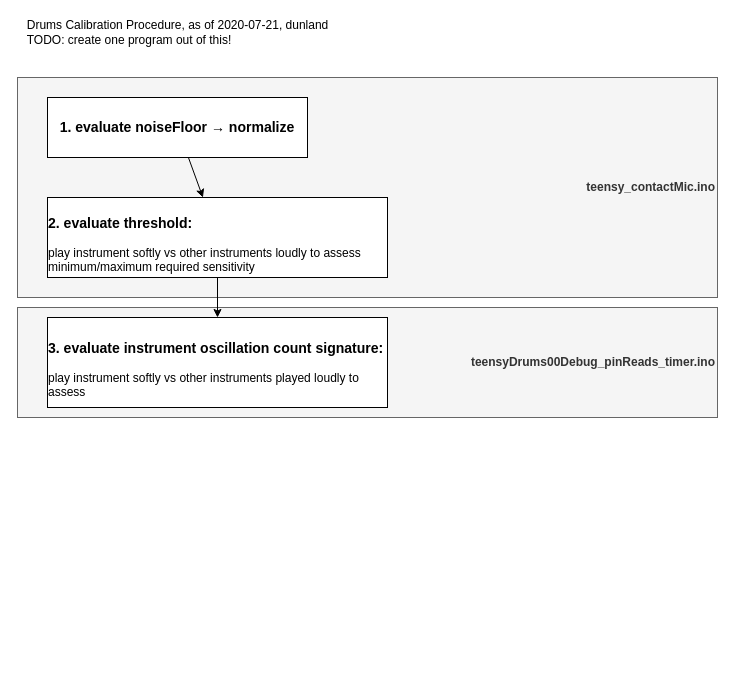
Above: page "Calibration Procedure" (4 of 4) of muscle/Doc/MA_progress.drawio in dunland/muscle (draw.io), before the change. Source tidied: cells renumbered, new cells numbered last; positions are measured from the earlier drawing's top-left corner, leaving out a move shared by most shapes. Both pictures are drawn from the tidied source at 100%, with x=0, y=0 at pixel (17, 17).
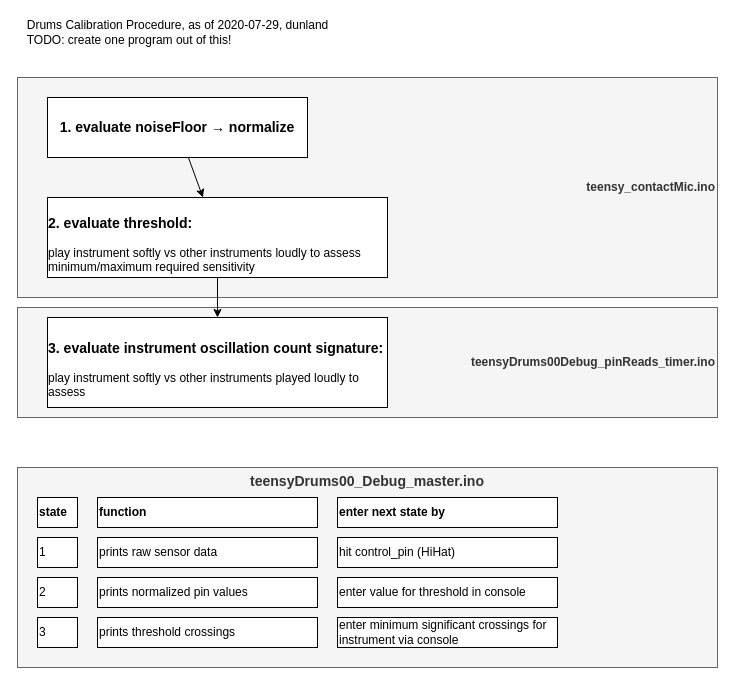
Above is the later version.

What changed in the source:
```diff
@@
-    <mxCell id="9" value="&lt;div style=&quot;text-align: left&quot;&gt;&lt;span&gt;Drums Calibration Procedure, as of 2020-07-21, dunland&lt;/span&gt;&lt;/div&gt;&lt;div style=&quot;text-align: left&quot;&gt;&lt;span&gt;TODO: create one program out of this!&lt;/span&gt;&lt;/div&gt;" style="text;html=1;align=center;verticalAlign=middle;" parent="1" vertex="1">
+    <mxCell id="9" value="&lt;div style=&quot;text-align: left&quot;&gt;&lt;span&gt;Drums Calibration Procedure, as of 2020-07-29, dunland&lt;/span&gt;&lt;/div&gt;&lt;div style=&quot;text-align: left&quot;&gt;&lt;span&gt;TODO: create one program out of this!&lt;/span&gt;&lt;/div&gt;" style="text;html=1;align=center;verticalAlign=middle;" parent="1" vertex="1">
       <mxGeometry width="320" height="30" as="geometry" />
     </mxCell>
+    <mxCell id="10" value="&lt;h3&gt;teensyDrums00_Debug_master.ino&lt;/h3&gt;&lt;div&gt;&lt;br&gt;&lt;/div&gt;&lt;div&gt;&lt;br&gt;&lt;/div&gt;&lt;div&gt;&lt;br&gt;&lt;/div&gt;&lt;div&gt;&lt;br&gt;&lt;/div&gt;&lt;div&gt;&lt;br&gt;&lt;/div&gt;&lt;div&gt;&lt;br&gt;&lt;/div&gt;&lt;div&gt;&lt;br&gt;&lt;/div&gt;&lt;div&gt;&lt;br&gt;&lt;/div&gt;&lt;div&gt;&lt;br&gt;&lt;/div&gt;&lt;div&gt;&lt;br&gt;&lt;/div&gt;&lt;div&gt;&lt;br&gt;&lt;/div&gt;&lt;div&gt;&lt;br&gt;&lt;/div&gt;" style="rounded=0;whiteSpace=wrap;html=1;strokeWidth=1;fillColor=#f5f5f5;strokeColor=#666666;fontColor=#333333;" parent="1" vertex="1">
+      <mxGeometry y="450" width="700" height="200" as="geometry" />
+    </mxCell>
+    <mxCell id="11" value="1" style="rounded=0;whiteSpace=wrap;html=1;strokeWidth=1;align=left;" parent="1" vertex="1">
+      <mxGeometry x="20" y="520" width="40" height="30" as="geometry" />
+    </mxCell>
+    <mxCell id="12" value="prints raw sensor data" style="rounded=0;whiteSpace=wrap;html=1;strokeWidth=1;align=left;" parent="1" vertex="1">
+      <mxGeometry x="80" y="520" width="220" height="30" as="geometry" />
+    </mxCell>
+    <mxCell id="13" value="hit control_pin (HiHat)" style="rounded=0;whiteSpace=wrap;html=1;strokeWidth=1;align=left;" parent="1" vertex="1">
+      <mxGeometry x="320" y="520" width="220" height="30" as="geometry" />
+    </mxCell>
+    <mxCell id="14" value="enter next state by" style="rounded=0;whiteSpace=wrap;html=1;strokeWidth=1;align=left;fontStyle=1;" parent="1" vertex="1">
+      <mxGeometry x="320" y="480" width="220" height="30" as="geometry" />
+    </mxCell>
+    <mxCell id="15" value="function" style="rounded=0;whiteSpace=wrap;html=1;strokeWidth=1;align=left;fontStyle=1;" parent="1" vertex="1">
+      <mxGeometry x="80" y="480" width="220" height="30" as="geometry" />
+    </mxCell>
+    <mxCell id="16" value="state" style="rounded=0;whiteSpace=wrap;html=1;strokeWidth=1;align=left;fontStyle=1;" parent="1" vertex="1">
+      <mxGeometry x="20" y="480" width="40" height="30" as="geometry" />
+    </mxCell>
+    <mxCell id="17" value="2" style="rounded=0;whiteSpace=wrap;html=1;strokeWidth=1;align=left;" parent="1" vertex="1">
+      <mxGeometry x="20" y="560" width="40" height="30" as="geometry" />
+    </mxCell>
+    <mxCell id="18" value="prints normalized pin values" style="rounded=0;whiteSpace=wrap;html=1;strokeWidth=1;align=left;" parent="1" vertex="1">
+      <mxGeometry x="80" y="560" width="220" height="30" as="geometry" />
+    </mxCell>
+    <mxCell id="19" value="enter value for threshold in console" style="rounded=0;whiteSpace=wrap;html=1;strokeWidth=1;align=left;" parent="1" vertex="1">
+      <mxGeometry x="320" y="560" width="220" height="30" as="geometry" />
+    </mxCell>
+    <mxCell id="20" value="3" style="rounded=0;whiteSpace=wrap;html=1;strokeWidth=1;align=left;" parent="1" vertex="1">
+      <mxGeometry x="20" y="600" width="40" height="30" as="geometry" />
+    </mxCell>
+    <mxCell id="21" value="prints threshold crossings" style="rounded=0;whiteSpace=wrap;html=1;strokeWidth=1;align=left;" parent="1" vertex="1">
+      <mxGeometry x="80" y="600" width="220" height="30" as="geometry" />
+    </mxCell>
+    <mxCell id="22" value="enter minimum significant crossings for instrument via console" style="rounded=0;whiteSpace=wrap;html=1;strokeWidth=1;align=left;" parent="1" vertex="1">
+      <mxGeometry x="320" y="600" width="220" height="30" as="geometry" />
+    </mxCell>
```
